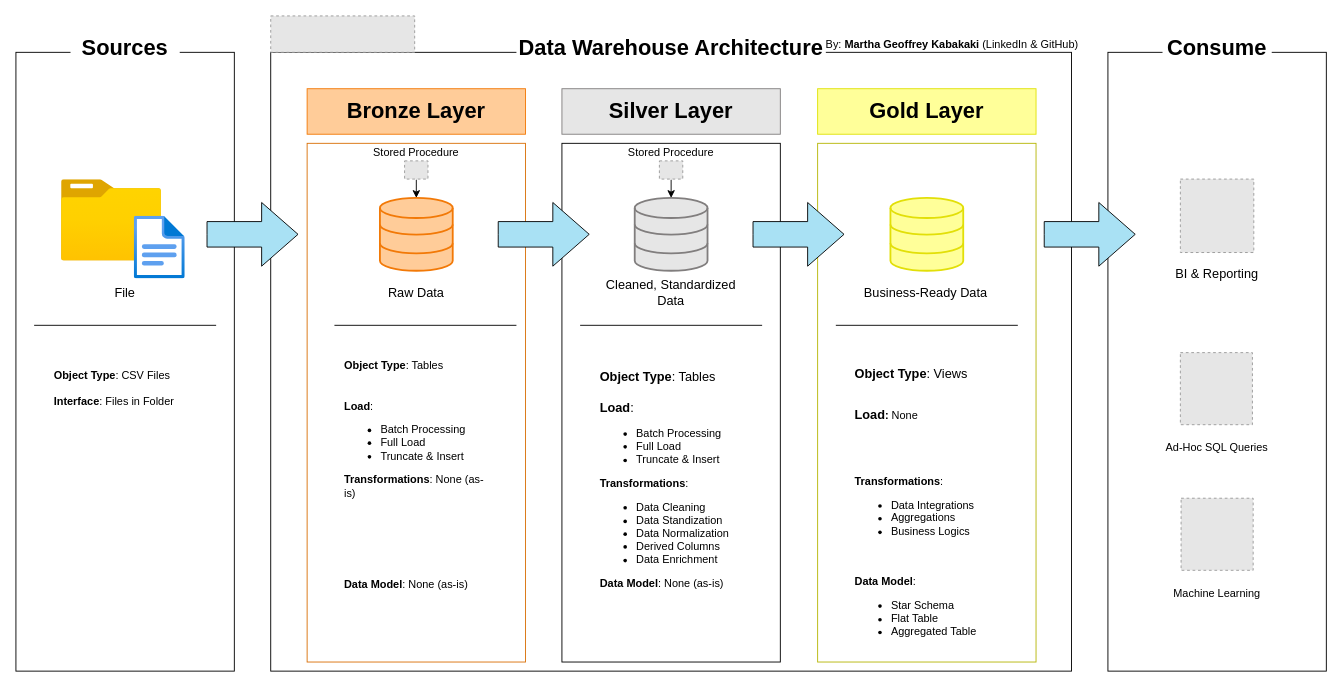
The draw.io diagram Data Engineer Projects/SQL Sales Data Warehouse - Medallion Architecture/docs/docs/Data Warehouse Architecture/Data Warehouse Architecture.drawio in marthag0311/Projects, before the edit. Source tidied: cells renumbered, new cells numbered last; positions are measured from the earlier drawing's top-left corner, leaving out a move shared by most shapes. Both pictures are drawn from the tidied source at 91%, with x=0, y=0 at pixel (15, 15). Pictures stored in the file or linked from it are replaced by grey dashed boxes.
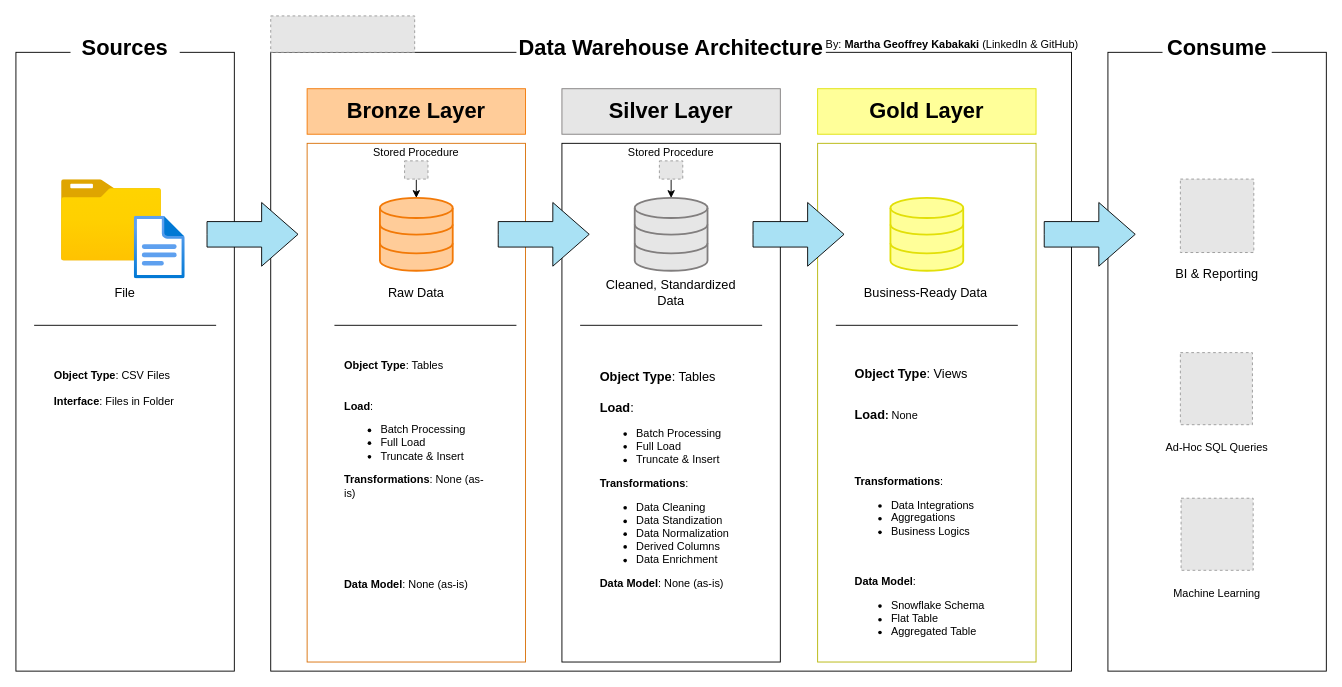
The same page after the edit.

Change to the diagram source:
```diff
@@
-    <mxCell id="33" value="&lt;font style=&quot;font-size: 14px;&quot;&gt;&lt;b&gt;Object Type&lt;/b&gt;: Views&lt;/font&gt;&lt;div style=&quot;&quot;&gt;&lt;br&gt;&lt;/div&gt;&lt;div style=&quot;&quot;&gt;&lt;br&gt;&lt;/div&gt;&lt;div style=&quot;&quot;&gt;&lt;b&gt;&lt;span style=&quot;font-size: 14px;&quot;&gt;Load&lt;/span&gt;:&amp;nbsp;&lt;/b&gt;None&lt;/div&gt;&lt;div style=&quot;&quot;&gt;&lt;br&gt;&lt;/div&gt;&lt;div style=&quot;&quot;&gt;&lt;br&gt;&lt;/div&gt;&lt;div style=&quot;&quot;&gt;&lt;br&gt;&lt;/div&gt;&lt;div style=&quot;&quot;&gt;&lt;br&gt;&lt;/div&gt;&lt;div style=&quot;&quot;&gt;&lt;b style=&quot;background-color: initial;&quot;&gt;Transformations&lt;/b&gt;&lt;span style=&quot;background-color: initial;&quot;&gt;:&amp;nbsp;&lt;/span&gt;&lt;br&gt;&lt;/div&gt;&lt;div style=&quot;&quot;&gt;&lt;div&gt;&lt;ul&gt;&lt;li&gt;Data Integrations&lt;/li&gt;&lt;li&gt;Aggregations&lt;/li&gt;&lt;li&gt;Business Logics&lt;/li&gt;&lt;/ul&gt;&lt;/div&gt;&lt;div&gt;&lt;b style=&quot;background-color: initial;&quot;&gt;&lt;br&gt;&lt;/b&gt;&lt;/div&gt;&lt;div&gt;&lt;br&gt;&lt;/div&gt;&lt;div&gt;&lt;b style=&quot;background-color: initial;&quot;&gt;Data Model&lt;/b&gt;&lt;span style=&quot;background-color: initial;&quot;&gt;:&amp;nbsp;&lt;/span&gt;&lt;br&gt;&lt;/div&gt;&lt;div&gt;&lt;ul&gt;&lt;li&gt;Star Schema&lt;/li&gt;&lt;li&gt;Flat Table&lt;/li&gt;&lt;li&gt;Aggregated Table&lt;/li&gt;&lt;/ul&gt;&lt;/div&gt;&lt;/div&gt;" style="text;html=1;align=left;verticalAlign=middle;whiteSpace=wrap;rounded=0;" parent="1" vertex="1">
+    <mxCell id="33" value="&lt;font style=&quot;font-size: 14px;&quot;&gt;&lt;b&gt;Object Type&lt;/b&gt;: Views&lt;/font&gt;&lt;div style=&quot;&quot;&gt;&lt;br&gt;&lt;/div&gt;&lt;div style=&quot;&quot;&gt;&lt;br&gt;&lt;/div&gt;&lt;div style=&quot;&quot;&gt;&lt;b&gt;&lt;span style=&quot;font-size: 14px;&quot;&gt;Load&lt;/span&gt;:&amp;nbsp;&lt;/b&gt;None&lt;/div&gt;&lt;div style=&quot;&quot;&gt;&lt;br&gt;&lt;/div&gt;&lt;div style=&quot;&quot;&gt;&lt;br&gt;&lt;/div&gt;&lt;div style=&quot;&quot;&gt;&lt;br&gt;&lt;/div&gt;&lt;div style=&quot;&quot;&gt;&lt;br&gt;&lt;/div&gt;&lt;div style=&quot;&quot;&gt;&lt;b style=&quot;background-color: initial;&quot;&gt;Transformations&lt;/b&gt;&lt;span style=&quot;background-color: initial;&quot;&gt;:&amp;nbsp;&lt;/span&gt;&lt;br&gt;&lt;/div&gt;&lt;div style=&quot;&quot;&gt;&lt;div&gt;&lt;ul&gt;&lt;li&gt;Data Integrations&lt;/li&gt;&lt;li&gt;Aggregations&lt;/li&gt;&lt;li&gt;Business Logics&lt;/li&gt;&lt;/ul&gt;&lt;/div&gt;&lt;div&gt;&lt;b style=&quot;background-color: initial;&quot;&gt;&lt;br&gt;&lt;/b&gt;&lt;/div&gt;&lt;div&gt;&lt;br&gt;&lt;/div&gt;&lt;div&gt;&lt;b style=&quot;background-color: initial;&quot;&gt;Data Model&lt;/b&gt;&lt;span style=&quot;background-color: initial;&quot;&gt;:&amp;nbsp;&lt;/span&gt;&lt;br&gt;&lt;/div&gt;&lt;div&gt;&lt;ul&gt;&lt;li&gt;Snowflake Schema&lt;/li&gt;&lt;li&gt;Flat Table&lt;/li&gt;&lt;li&gt;Aggregated Table&lt;/li&gt;&lt;/ul&gt;&lt;/div&gt;&lt;/div&gt;" style="text;html=1;align=left;verticalAlign=middle;whiteSpace=wrap;rounded=0;" parent="1" vertex="1">
       <mxGeometry x="920" y="370" width="160" height="340" as="geometry" />
     </mxCell>
```
